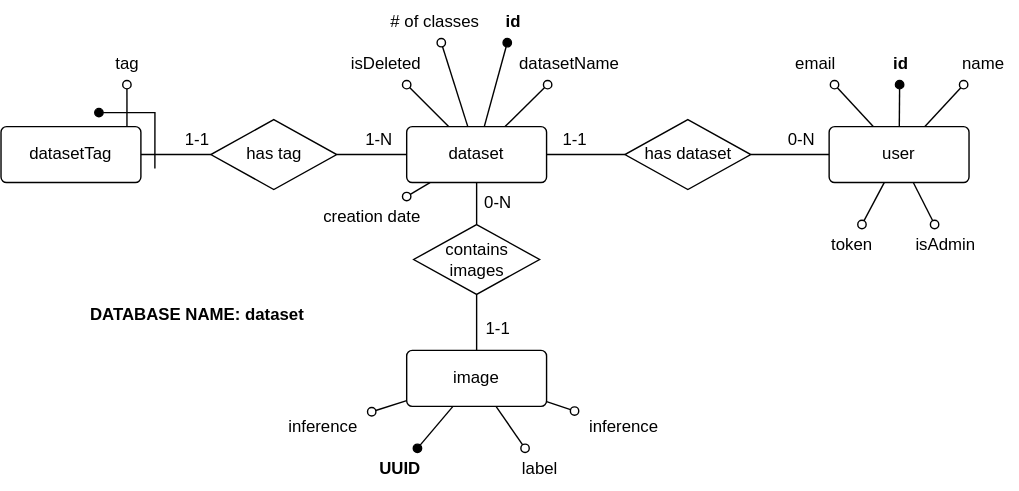
This is diagrams/ER diagram.svg from andreamaranesi/spoofing-network-backend, a draw.io export, as it was before one commit. Source tidied: cells renumbered, new cells last; positions are measured from the earlier drawing's top-left corner, leaving out a move shared by most shapes.
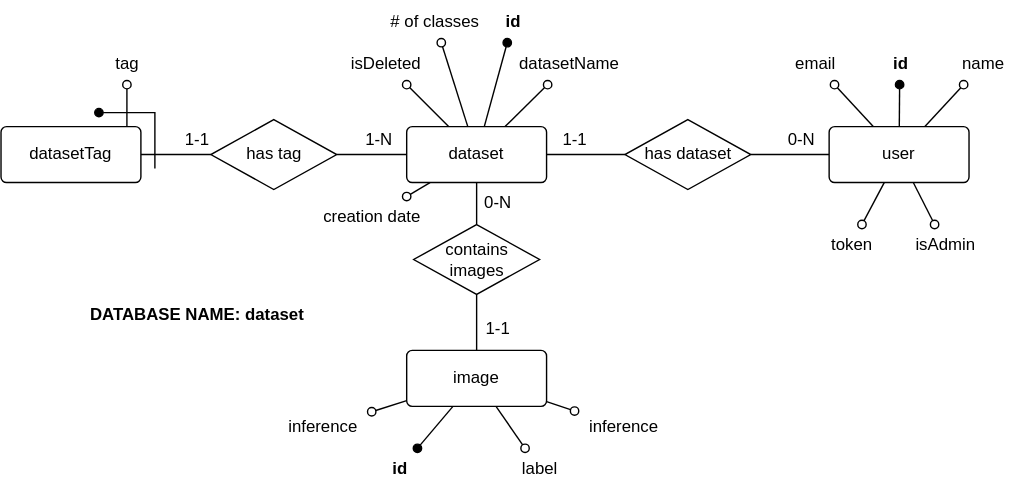
Above is the later version.

The edit, as a diff of the source:
```diff
@@ -101,8 +101,8 @@
     <mxCell id="34" value="inference" style="text;html=1;align=center;verticalAlign=middle;points=[];strokeColor=none;fillColor=none;" parent="1" vertex="1">
       <mxGeometry x="195" y="290" width="70" height="30" as="geometry" />
     </mxCell>
-    <mxCell id="35" value="&lt;b&gt;UUID&lt;/b&gt;" style="text;html=1;align=center;verticalAlign=middle;points=[];strokeColor=none;fillColor=none;" parent="1" vertex="1">
-      <mxGeometry x="260" y="320" width="50" height="30" as="geometry" />
+    <mxCell id="35" value="&lt;b&gt;id&lt;/b&gt;" style="text;html=1;align=center;verticalAlign=middle;points=[];strokeColor=none;fillColor=none;" parent="1" vertex="1">
+      <mxGeometry x="270" y="320" width="30" height="30" as="geometry" />
     </mxCell>
     <mxCell id="36" value="&lt;b&gt;DATABASE NAME: dataset&lt;/b&gt;" style="text;html=1;align=center;verticalAlign=middle;strokeColor=none;fillColor=none;" parent="1" vertex="1">
       <mxGeometry x="50" y="210" width="180" height="30" as="geometry" />
```
